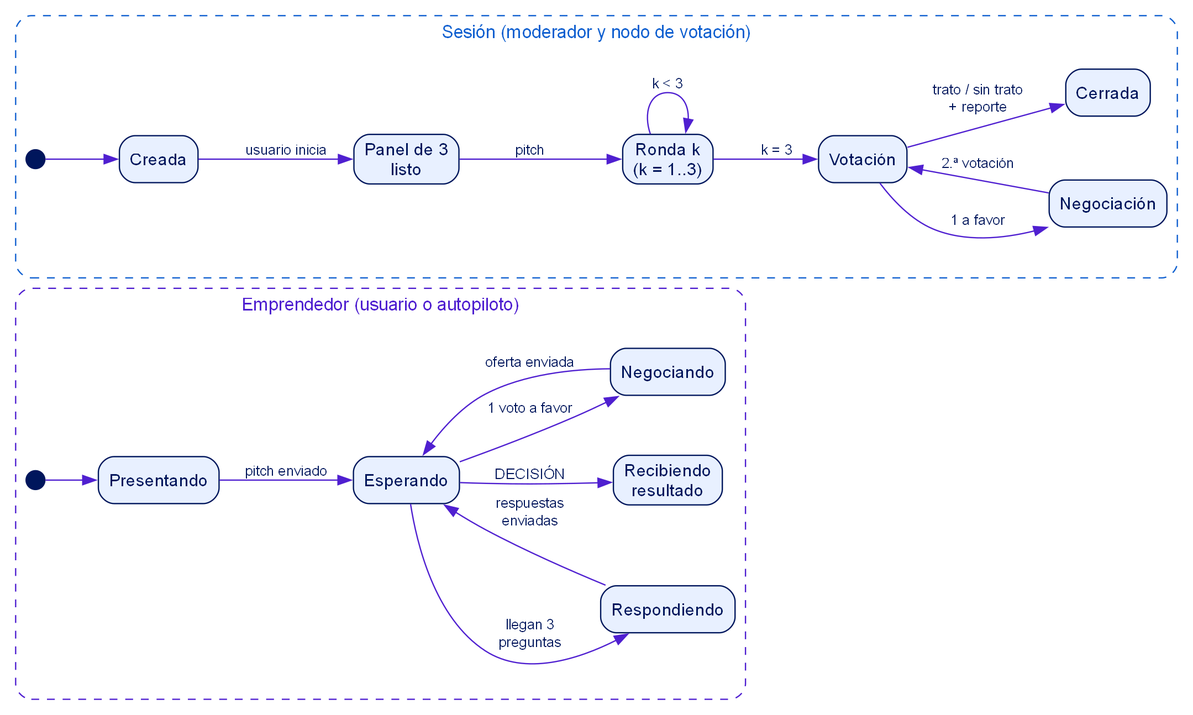
The Graphviz diagram docs/figuras/f08_estados_emprendedor_sesion.png in albertolopezb/NeuralHub, before a commit. Its source is kept beside it as docs/figuras/f08_estados_emprendedor_sesion.dot.
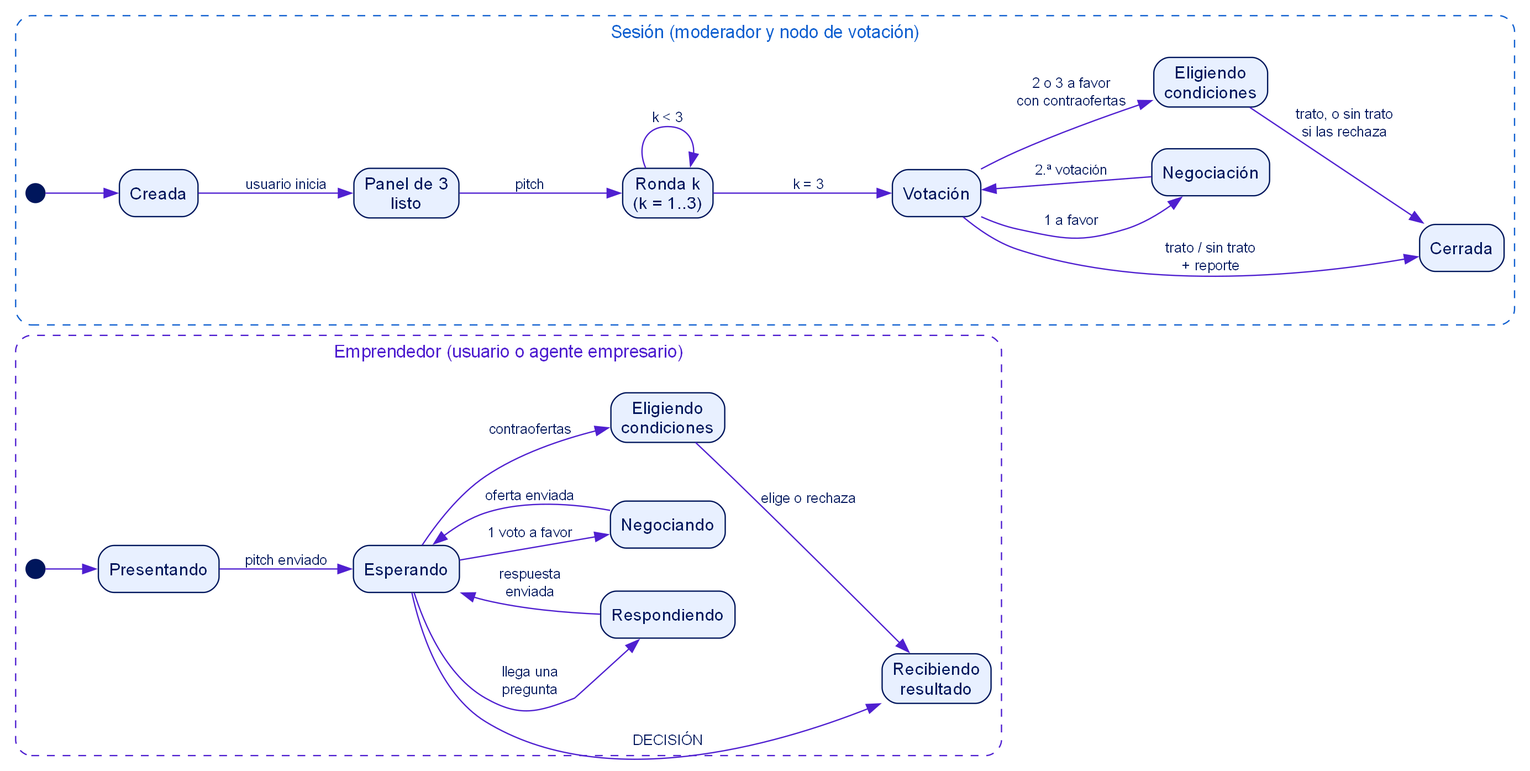
Later version of the same file.

Diff of the diagram source:
```diff
@@ -1,8 +1,8 @@
 digraph G{ bgcolor=white; fontname="Helvetica"; node[fontname="Helvetica",fontsize=13,color="#00165C",fontcolor="#00165C",style="rounded,filled",fillcolor="#E8F0FF",shape=box]; edge[fontname="Helvetica",fontsize=11,color="#4F1FD0",fontcolor="#00165C"]; rankdir=LR; nodesep=.45; ranksep=.55;
-subgraph cluster_e{label="Emprendedor (usuario o autopiloto)";fontcolor="#4F1FD0";color="#4F1FD0";style="rounded,dashed";fontname="Helvetica";
+subgraph cluster_e{label="Emprendedor (usuario o agente empresario)";fontcolor="#4F1FD0";color="#4F1FD0";style="rounded,dashed";fontname="Helvetica";
  e0[shape=circle,label="",width=.2,fillcolor="#00165C"]; Pres[label="Presentando"]; EspE[label="Esperando"]; Resp[label="Respondiendo"]; Neg[label="Negociando"]; Rec[label="Recibiendo\nresultado"];
- e0->Pres; Pres->EspE[label="pitch enviado"]; EspE->Resp[label="llegan 3\npreguntas"]; Resp->EspE[label="respuestas\nenviadas"]; EspE->Neg[label="1 voto a favor"]; Neg->EspE[label="oferta enviada"]; EspE->Rec[label="DECISIÓN"];}
+ e0->Pres; Pres->EspE[label="pitch enviado"]; EspE->Resp[label="llega una\npregunta"]; Resp->EspE[label="respuesta\nenviada"]; EspE->Neg[label="1 voto a favor"]; Elig[label="Eligiendo\ncondiciones"]; EspE->Elig[label="contraofertas"]; Elig->Rec[label="elige o rechaza"]; Neg->EspE[label="oferta enviada"]; EspE->Rec[label="DECISIÓN"];}
 subgraph cluster_s{label="Sesión (moderador y nodo de votación)";fontcolor="#1060D0";color="#1060D0";style="rounded,dashed";fontname="Helvetica";
  s0[shape=circle,label="",width=.2,fillcolor="#00165C"]; Cre[label="Creada"]; Pan[label="Panel de 3\nlisto"]; Ron[label="Ronda k\n(k = 1..3)"]; Vot[label="Votación"]; Ngc[label="Negociación"]; Cer[label="Cerrada"];
- s0->Cre; Cre->Pan[label="usuario inicia"]; Pan->Ron[label="pitch"]; Ron->Ron[label="k < 3"]; Ron->Vot[label="k = 3"]; Vot->Ngc[label="1 a favor"]; Ngc->Vot[label="2.ª votación"]; Vot->Cer[label="trato / sin trato\n+ reporte"];}
+ s0->Cre; Cre->Pan[label="usuario inicia"]; Pan->Ron[label="pitch"]; Ron->Ron[label="k < 3"]; Ron->Vot[label="k = 3"]; Vot->Ngc[label="1 a favor"]; Ngc->Vot[label="2.ª votación"]; Eli[label="Eligiendo\ncondiciones"]; Vot->Eli[label="2 o 3 a favor\ncon contraofertas"]; Eli->Cer[label="trato, o sin trato\nsi las rechaza"]; Vot->Cer[label="trato / sin trato\n+ reporte"];}
 }
```
